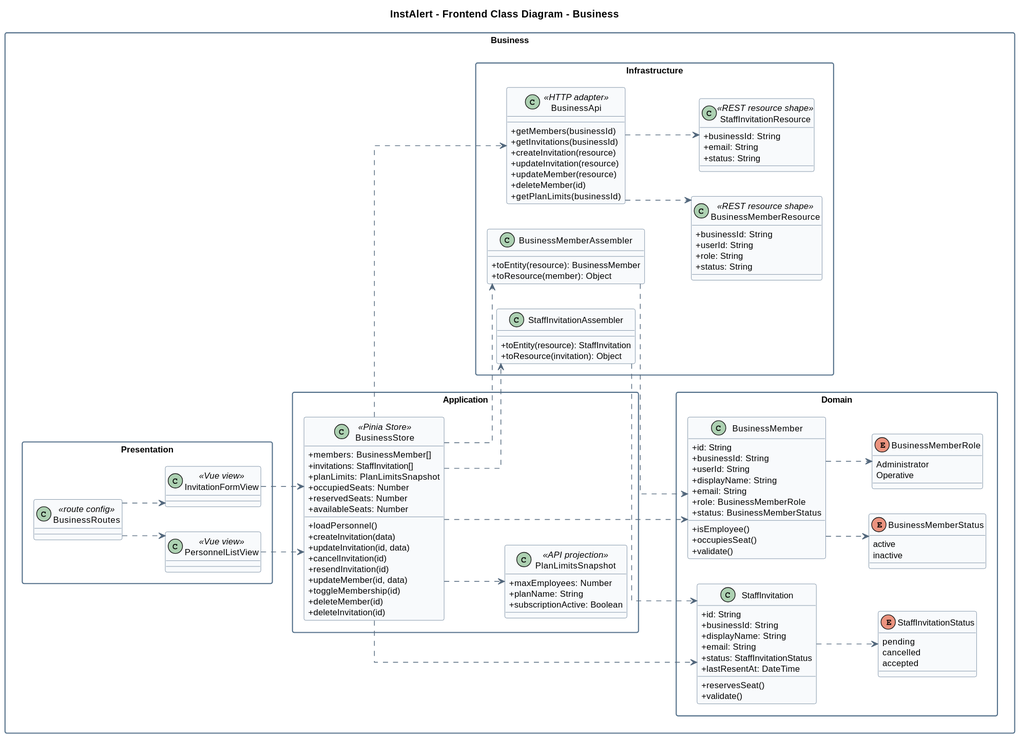
Before: assets/Chapter4/class-diagrams/business.svg, a diagram exported from PlantUML (LosIncreiblesCorp/losIncreibles-project-report).
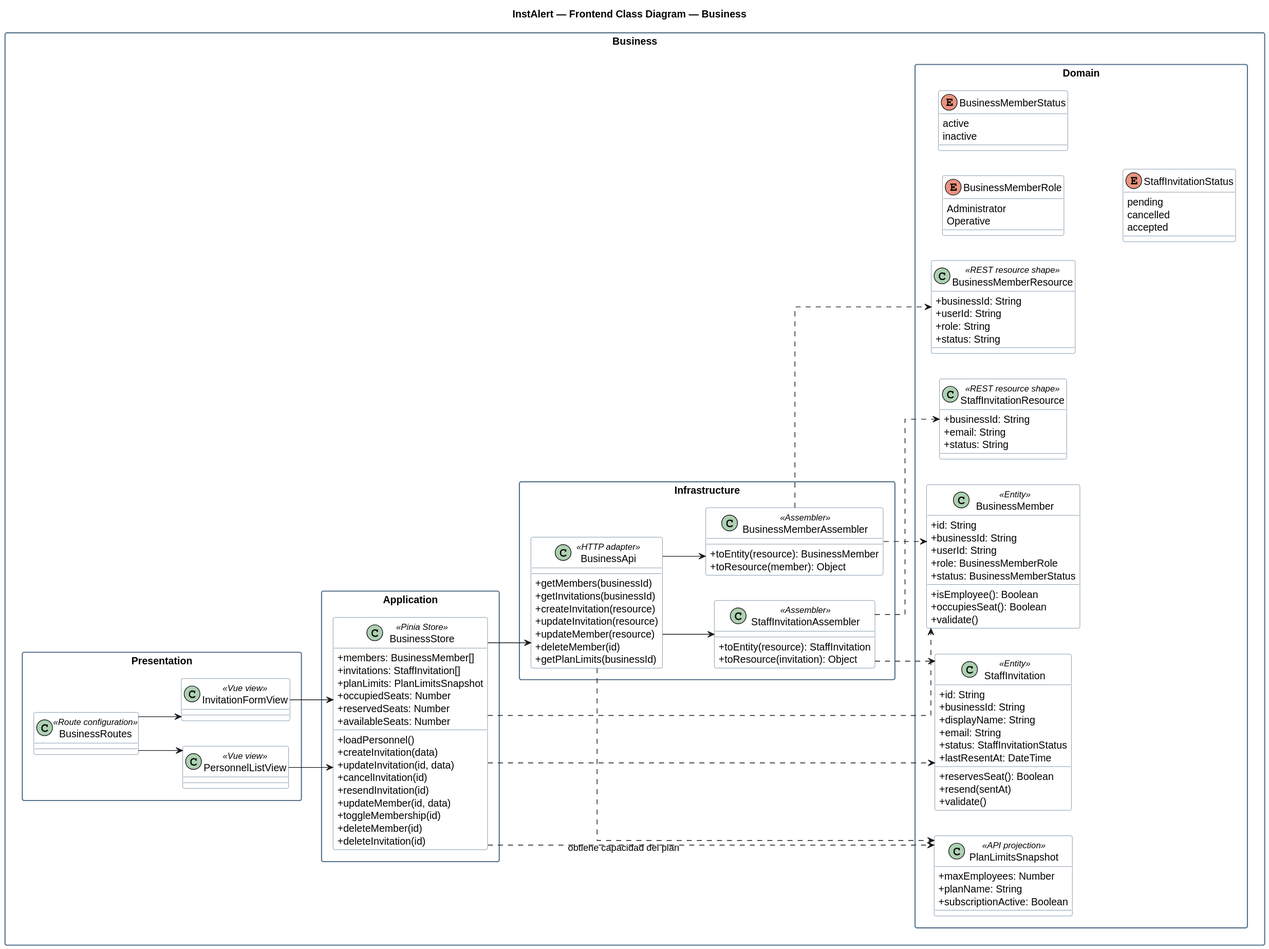
After the commit.

The edit, as a diff of the source:
```diff
@@ -1,58 +1,70 @@
 @startuml
-title InstAlert - Frontend Class Diagram - Business
-
+title InstAlert — Frontend Class Diagram — Business
 left to right direction
 skinparam packageStyle rectangle
+skinparam shadowing false
 skinparam classAttributeIconSize 0
-skinparam shadowing false
 skinparam linetype ortho
-skinparam defaultFontSize 12
 skinparam packageBorderColor #55718B
-skinparam classBorderColor #58728B
-skinparam ArrowColor #52677C
-skinparam packageBackgroundColor #FFFFFF
-skinparam classBackgroundColor #F8FAFC
+skinparam classBorderColor #55718B
+skinparam classBackgroundColor #FFFFFF
 
-package "Business" as businessContext {
-  package "Domain" as businessDomain {
-    class "BusinessMember" as businessMember {
+package "Business" {
+  package "Domain" {
+    class BusinessMember <<Entity>> {
       +id: String
       +businessId: String
       +userId: String
-      +displayName: String
-      +email: String
       +role: BusinessMemberRole
       +status: BusinessMemberStatus
-      +isEmployee()
-      +occupiesSeat()
+      +isEmployee(): Boolean
+      +occupiesSeat(): Boolean
       +validate()
     }
-    enum "BusinessMemberRole" as businessMemberRole {
+    enum BusinessMemberRole {
       Administrator
       Operative
     }
-    enum "BusinessMemberStatus" as businessMemberStatus {
+    enum BusinessMemberStatus {
       active
       inactive
     }
-    class "StaffInvitation" as staffInvitation {
+    class StaffInvitation <<Entity>> {
       +id: String
       +businessId: String
       +displayName: String
       +email: String
       +status: StaffInvitationStatus
       +lastResentAt: DateTime
-      +reservesSeat()
+      +reservesSeat(): Boolean
+      +resend(sentAt)
       +validate()
     }
-    enum "StaffInvitationStatus" as staffInvitationStatus {
+    enum StaffInvitationStatus {
       pending
       cancelled
       accepted
     }
+    class PlanLimitsSnapshot <<API projection>> {
+      +maxEmployees: Number
+      +planName: String
+      +subscriptionActive: Boolean
+    }
+    class BusinessMemberResource <<REST resource shape>> {
+      +businessId: String
+      +userId: String
+      +role: String
+      +status: String
+    }
+    class StaffInvitationResource <<REST resource shape>> {
+      +businessId: String
+      +email: String
+      +status: String
+    }
   }
-  package "Application" as businessApplication {
-    class "BusinessStore" as businessStore <<Pinia Store>> {
+
+  package "Application" {
+    class BusinessStore <<Pinia Store>> {
       +members: BusinessMember[]
       +invitations: StaffInvitation[]
       +planLimits: PlanLimitsSnapshot
@@ -69,14 +81,10 @@
       +deleteMember(id)
       +deleteInvitation(id)
     }
-    class "PlanLimitsSnapshot" as planLimitsSnapshot <<API projection>> {
-      +maxEmployees: Number
-      +planName: String
-      +subscriptionActive: Boolean
-    }
   }
-  package "Infrastructure" as businessInfrastructure {
-    class "BusinessApi" as businessApi <<HTTP adapter>> {
+
+  package "Infrastructure" {
+    class BusinessApi <<HTTP adapter>> {
       +getMembers(businessId)
       +getInvitations(businessId)
       +createInvitation(resource)
@@ -85,47 +93,36 @@
       +deleteMember(id)
       +getPlanLimits(businessId)
     }
-    class "BusinessMemberAssembler" as businessMemberAssembler {
+    class BusinessMemberAssembler <<Assembler>> {
       +toEntity(resource): BusinessMember
       +toResource(member): Object
     }
-    class "StaffInvitationAssembler" as staffInvitationAssembler {
+    class StaffInvitationAssembler <<Assembler>> {
       +toEntity(resource): StaffInvitation
       +toResource(invitation): Object
     }
-    class "BusinessMemberResource" as businessMemberResource <<REST resource shape>> {
-      +businessId: String
-      +userId: String
-      +role: String
-      +status: String
-    }
-    class "StaffInvitationResource" as staffInvitationResource <<REST resource shape>> {
-      +businessId: String
-      +email: String
-      +status: String
-    }
   }
-  package "Presentation" as businessPresentation {
-    class "BusinessRoutes" as businessRoutes <<route config>>
-    class "PersonnelListView" as personnelListView <<Vue view>>
-    class "InvitationFormView" as invitationFormView <<Vue view>>
+
+  package "Presentation" {
+    class BusinessRoutes <<Route configuration>>
+    class PersonnelListView <<Vue view>>
+    class InvitationFormView <<Vue view>>
   }
 }
-businessRoutes ..> personnelListView
-businessRoutes ..> invitationFormView
-personnelListView ..> businessStore
-invitationFormView ..> businessStore
-businessStore ..> businessApi
-businessStore ..> businessMemberAssembler
-businessStore ..> staffInvitationAssembler
-businessStore ..> businessMember
-businessStore ..> staffInvitation
-businessStore ..> planLimitsSnapshot
-businessMemberAssembler ..> businessMember
-staffInvitationAssembler ..> staffInvitation
-businessApi ..> businessMemberResource
-businessApi ..> staffInvitationResource
-businessMember ..> businessMemberRole
-businessMember ..> businessMemberStatus
-staffInvitation ..> staffInvitationStatus
+
+BusinessStore --> BusinessApi
+BusinessStore ..> BusinessMember
+BusinessStore ..> StaffInvitation
+BusinessStore ..> PlanLimitsSnapshot
+BusinessApi --> BusinessMemberAssembler
+BusinessApi --> StaffInvitationAssembler
+BusinessMemberAssembler ..> BusinessMember
+StaffInvitationAssembler ..> StaffInvitation
+BusinessMemberAssembler ..> BusinessMemberResource
+StaffInvitationAssembler ..> StaffInvitationResource
+BusinessApi ..> PlanLimitsSnapshot : obtiene capacidad del plan
+BusinessRoutes --> PersonnelListView
+BusinessRoutes --> InvitationFormView
+PersonnelListView --> BusinessStore
+InvitationFormView --> BusinessStore
 @enduml
```
